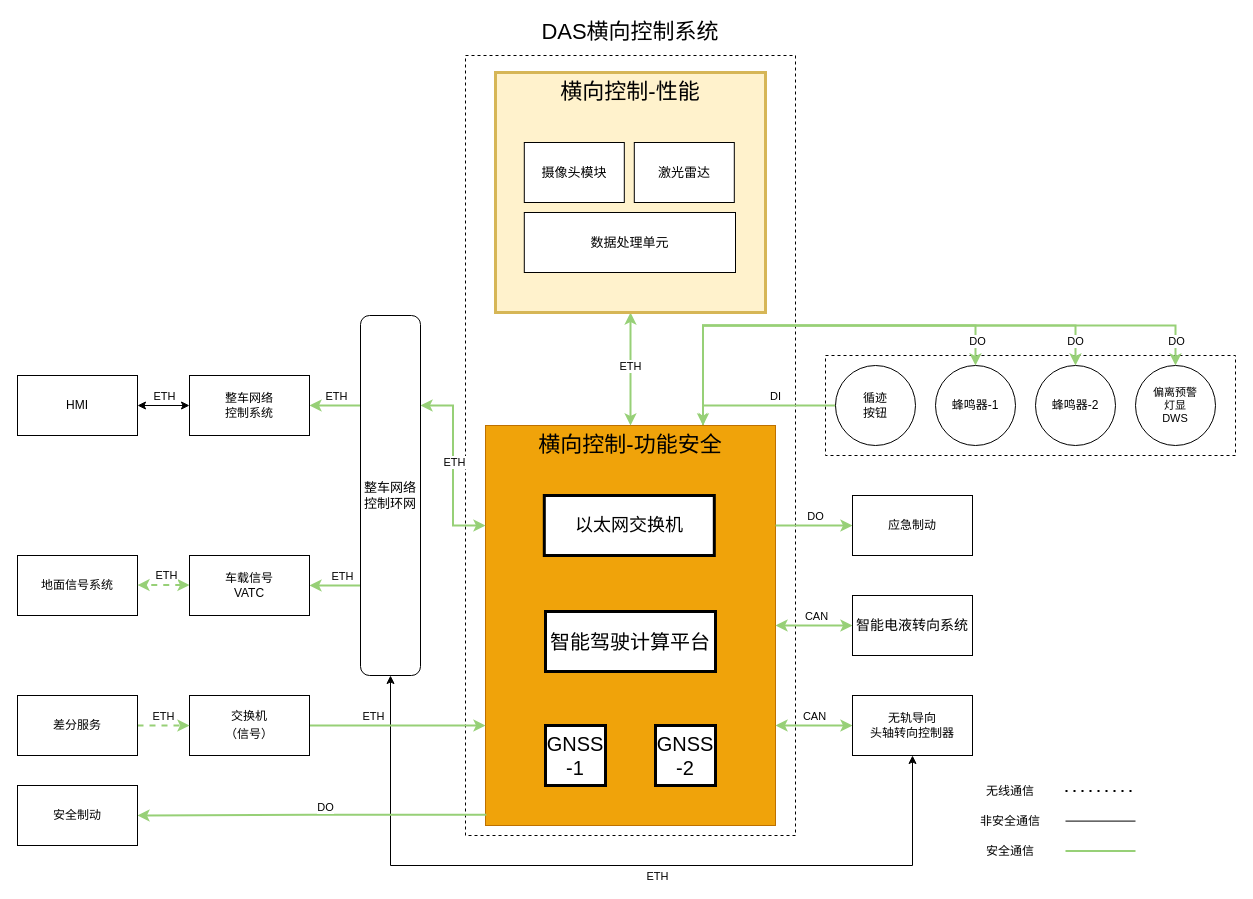
Earlier version of the draw.io diagram page "横向控制安全部分与外部系统关联关系图" (7 of 16) of 马来DAS系统关联关系图.drawio (FrankWong-cs/SharingwithColleagues). Source tidied: cells renumbered, new cells numbered last; positions are measured from the earlier drawing's top-left corner, leaving out a move shared by most shapes. Both pictures are drawn from the tidied source at 100%, with x=0, y=0 at pixel (17, 17).
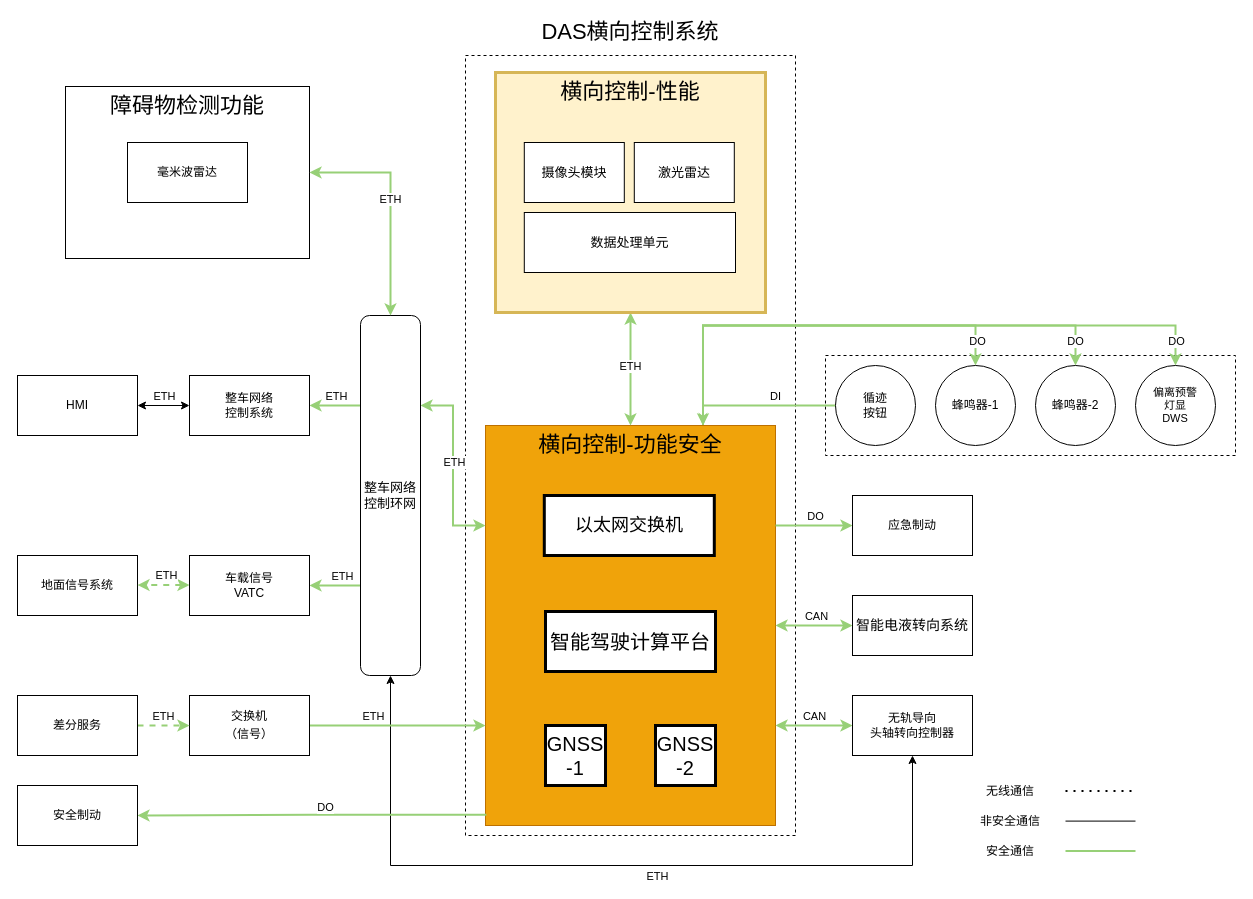
The same page after the edit.

Commit message:
更新马来DAS系统关联关系图.drawio

Unchanged cells that the change refers to:
```xml
<mxCell id="32" value="整车网络&lt;br&gt;控制环网" style="rounded=1;whiteSpace=wrap;html=1;fontSize=13;strokeWidth=1;" parent="1" vertex="1">
  <mxGeometry x="343" y="298" width="60" height="360" as="geometry" />
</mxCell>
```

Change to the diagram source:
```diff
@@
+    <mxCell id="69" value="&lt;span style=&quot;font-size: 22px;&quot;&gt;障碍物检测功能&lt;/span&gt;" style="rounded=0;whiteSpace=wrap;html=1;fontSize=13;strokeWidth=1;horizontal=1;verticalAlign=top;" parent="1" vertex="1">
+      <mxGeometry x="48" y="69" width="244" height="172" as="geometry" />
+    </mxCell>
+    <mxCell id="70" value="毫米波雷达" style="rounded=0;whiteSpace=wrap;html=1;" parent="1" vertex="1">
+      <mxGeometry x="110" y="125" width="120" height="60" as="geometry" />
+    </mxCell>
+    <mxCell id="71" style="edgeStyle=orthogonalEdgeStyle;rounded=0;jettySize=auto;html=1;startArrow=classic;startFill=1;strokeWidth=2;strokeColor=#97D077;entryX=0.5;entryY=0;entryDx=0;entryDy=0;" parent="1" edge="1" source="69" target="32">
+      <mxGeometry relative="1" as="geometry" />
+    </mxCell>
+    <mxCell id="72" value="ETH" style="edgeLabel;html=1;align=center;verticalAlign=middle;" parent="71" vertex="1">
+      <mxGeometry x="-0.03" y="2" relative="1" as="geometry">
+        <mxPoint x="-3" y="-2" as="offset" />
+      </mxGeometry>
+    </mxCell>
```
